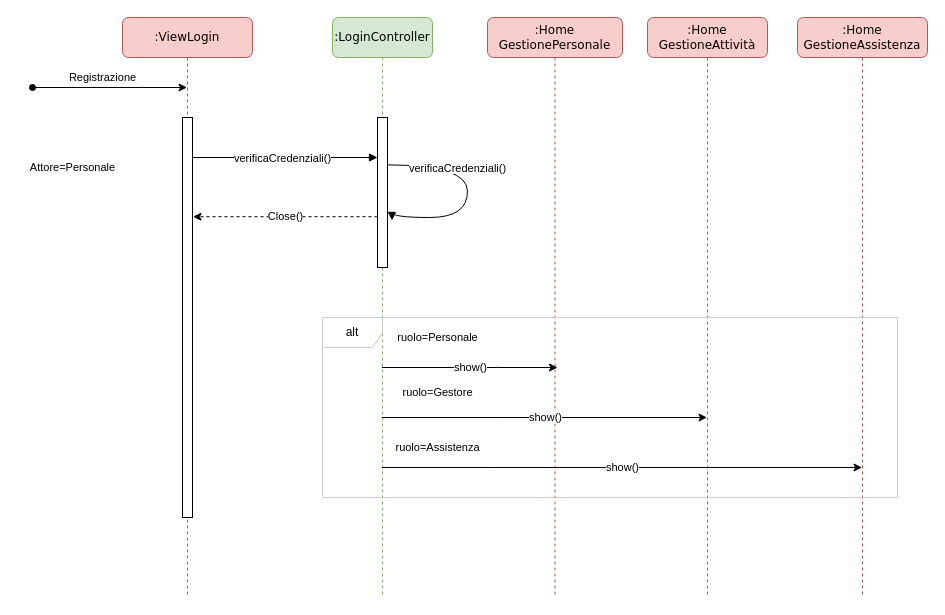
Above: page "Login" (2 of 3) of sequenza.drawio in Marco-Burattoni/Progetto-ids (draw.io), before the change. Source tidied: cells renumbered, new cells numbered last; positions are measured from the earlier drawing's top-left corner, leaving out a move shared by most shapes. Both pictures are drawn from the tidied source at 100%, with x=0, y=0 at pixel (17, 17).
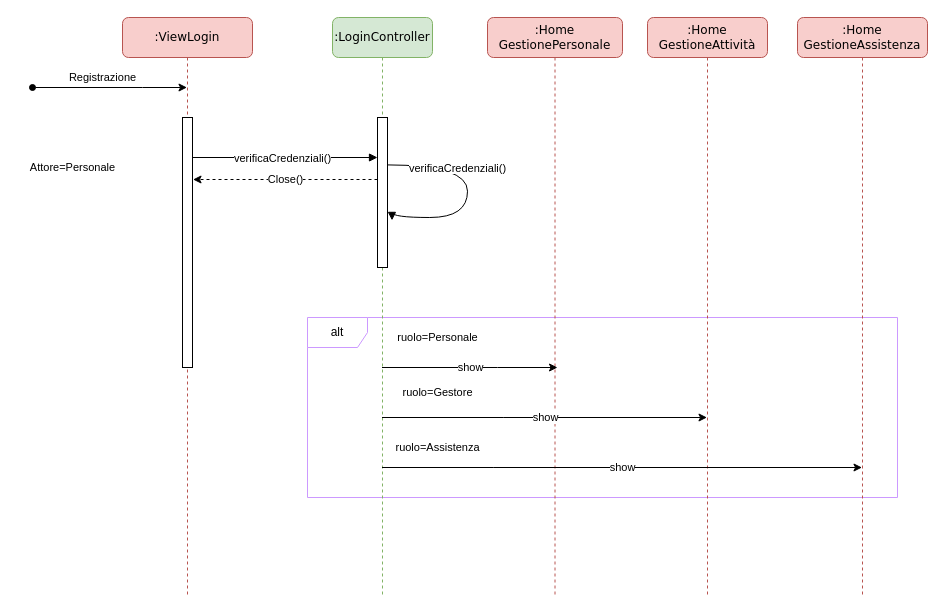
After the change.

Unchanged cells that the change refers to:
```xml
<mxCell id="2" value=":LoginController" style="shape=umlLifeline;perimeter=lifelinePerimeter;whiteSpace=wrap;html=1;outlineConnect=0;rounded=1;shadow=0;comic=0;labelBackgroundColor=none;strokeWidth=1;fontFamily=Verdana;fontSize=12;align=center;fillColor=#d5e8d4;strokeColor=#82b366;" parent="1" vertex="1">
  <mxGeometry x="315" width="100" height="580" as="geometry" />
</mxCell>
<mxCell id="6" value=":Home&lt;br&gt;GestioneAttività" style="shape=umlLifeline;perimeter=lifelinePerimeter;whiteSpace=wrap;html=1;outlineConnect=0;rounded=1;shadow=0;comic=0;labelBackgroundColor=none;strokeWidth=1;fontFamily=Verdana;fontSize=12;align=center;fillColor=#f8cecc;strokeColor=#b85450;" parent="1" vertex="1">
  <mxGeometry x="630" width="120" height="580" as="geometry" />
</mxCell>
<mxCell id="7" value=":Home&lt;br&gt;GestioneAssistenza" style="shape=umlLifeline;perimeter=lifelinePerimeter;whiteSpace=wrap;html=1;outlineConnect=0;rounded=1;shadow=0;comic=0;labelBackgroundColor=none;strokeWidth=1;fontFamily=Verdana;fontSize=12;align=center;fillColor=#f8cecc;strokeColor=#b85450;" parent="1" vertex="1">
  <mxGeometry x="780" width="130" height="580" as="geometry" />
</mxCell>
<mxCell id="8" value=":ViewLogin" style="shape=umlLifeline;perimeter=lifelinePerimeter;whiteSpace=wrap;html=1;outlineConnect=0;rounded=1;shadow=0;comic=0;labelBackgroundColor=none;strokeWidth=1;fontFamily=Verdana;fontSize=12;align=center;fillColor=#f8cecc;strokeColor=#b85450;size=40;" parent="1" vertex="1">
  <mxGeometry x="105" width="130" height="580" as="geometry" />
</mxCell>
```

The edit, as a diff of the source:
```diff
@@
+    <mxCell id="20" value="alt" style="shape=umlFrame;whiteSpace=wrap;html=1;strokeColor=#CC99FF;" parent="1" vertex="1">
+      <mxGeometry x="290" y="300" width="590" height="180" as="geometry" />
+    </mxCell>
@@
     <mxCell id="9" style="html=1;points=[];perimeter=orthogonalPerimeter;rounded=0;shadow=0;comic=0;labelBackgroundColor=none;strokeWidth=1;fontFamily=Verdana;fontSize=12;align=center;" parent="8" vertex="1">
-      <mxGeometry x="60" y="100" width="10" height="400" as="geometry" />
+      <mxGeometry x="60" y="100" width="10" height="250" as="geometry" />
     </mxCell>
@@
-    <mxCell id="14" value="show()" style="endArrow=classic;html=1;rounded=0;labelBackgroundColor=#FFFFFF;fontFamily=Helvetica;fontSize=11;" parent="1" edge="1" source="2">
+    <mxCell id="14" value="show" style="endArrow=classic;html=1;rounded=0;labelBackgroundColor=#FFFFFF;fontFamily=Helvetica;fontSize=11;" parent="1" edge="1" source="2">
       <mxGeometry relative="1" as="geometry">
         <mxPoint x="540" y="350" as="targetPoint" />
         <Array as="points">
           <mxPoint x="480" y="350" />
         </Array>
       </mxGeometry>
     </mxCell>
-    <mxCell id="15" value="show()" style="endArrow=classic;html=1;rounded=0;labelBackgroundColor=#FFFFFF;fontFamily=Helvetica;fontSize=11;" parent="1" edge="1" source="2" target="6">
+    <mxCell id="15" value="show" style="endArrow=classic;html=1;rounded=0;labelBackgroundColor=#FFFFFF;fontFamily=Helvetica;fontSize=11;" parent="1" edge="1" source="2" target="6">
       <mxGeometry relative="1" as="geometry">
         <Array as="points">
           <mxPoint x="485.7" y="400" />
         </Array>
       </mxGeometry>
     </mxCell>
-    <mxCell id="16" value="show()" style="endArrow=classic;html=1;rounded=0;labelBackgroundColor=#FFFFFF;fontFamily=Helvetica;fontSize=11;" parent="1" edge="1" source="2" target="7">
+    <mxCell id="16" value="show" style="endArrow=classic;html=1;rounded=0;labelBackgroundColor=#FFFFFF;fontFamily=Helvetica;fontSize=11;" parent="1" edge="1" source="2" target="7">
       <mxGeometry relative="1" as="geometry">
         <Array as="points">
           <mxPoint x="475.7" y="450" />
         </Array>
       </mxGeometry>
     </mxCell>
@@
-    <mxCell id="20" value="alt" style="shape=umlFrame;whiteSpace=wrap;html=1;strokeColor=#CCCCCC;" parent="1" vertex="1">
-      <mxGeometry x="305" y="300" width="575" height="180" as="geometry" />
-    </mxCell>
```
